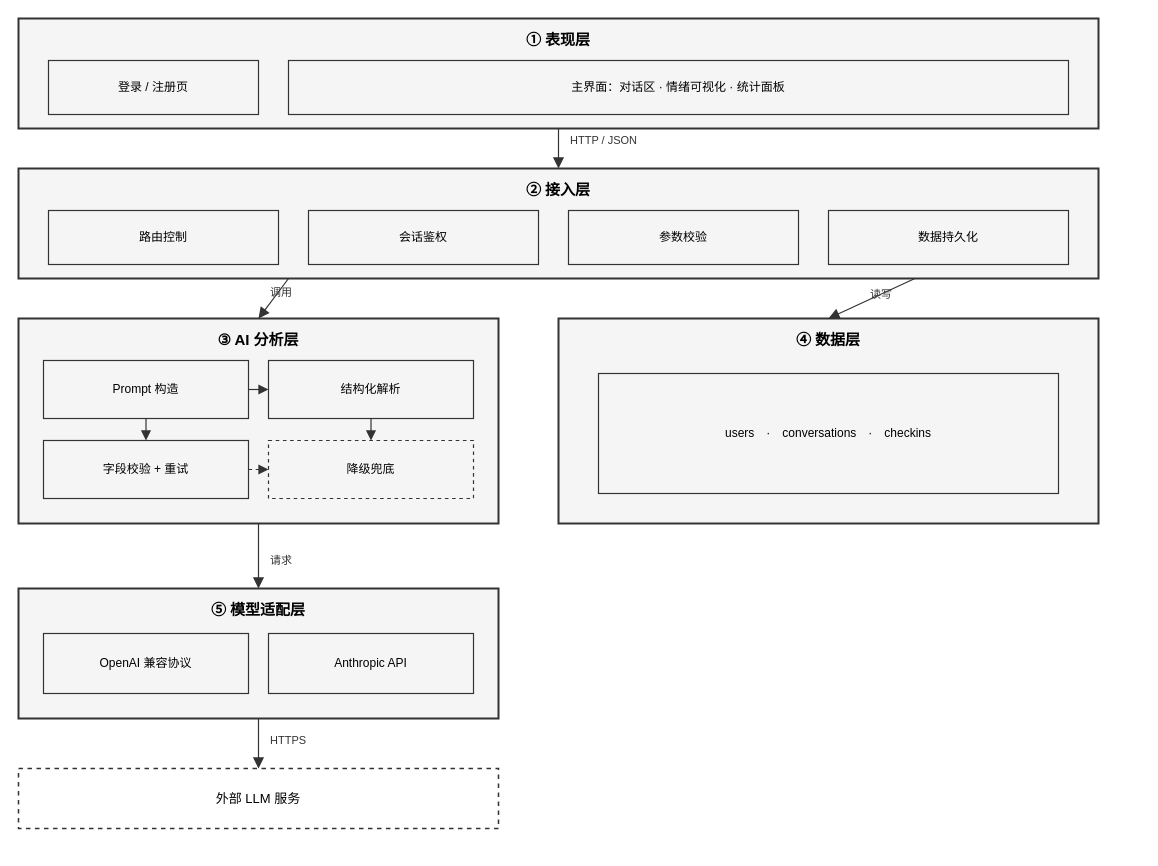
This is docs/系统架构图.drawio from Samjuice39/AI_Conversation, a draw.io file, before an edit. Source tidied: cells renumbered, new cells numbered last; positions are measured from the earlier drawing's top-left corner, leaving out a move shared by most shapes. Both pictures are drawn from the tidied source at 100%, with x=0, y=0 at pixel (18, 18).
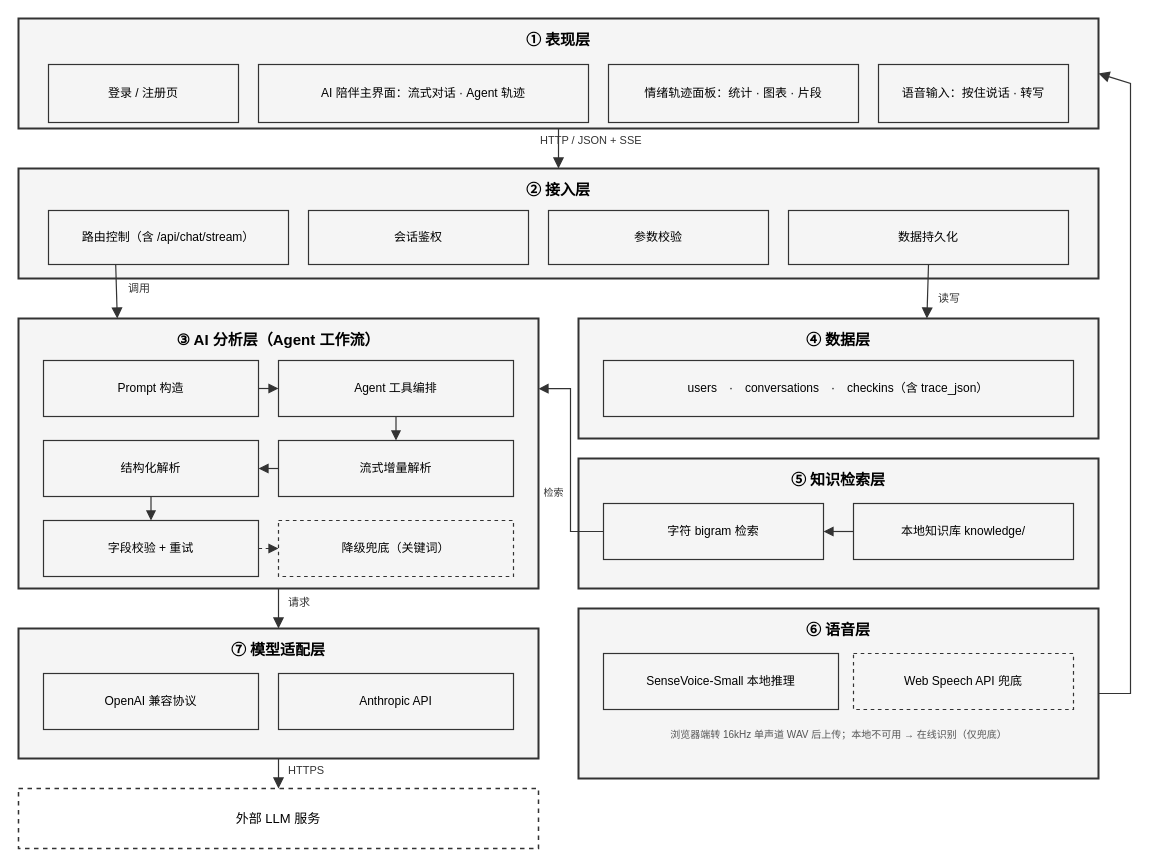
The same page after the edit.

Commit message (it also covers changes not shown here):
docs: 重绘系统架构图，补入流式、Agent、检索与语音链路

- 架构图改为七层：表现层、接入层、AI 分析层、数据层、知识检索层、语音层、模型适配层
- 补入 /api/chat/stream 与 SSE 事件流、Agent 工具编排与流式增量解析
- 数据层标注 checkins 表的 trace_json 字段
- 新增知识检索层（字符 bigram + 本地知识库）与语音层（SenseVoice 本地推理 / Web Speech 兜底）
- 表现层标注流式对话、Agent 轨迹面板、情绪轨迹横向切换与语音输入
- README 架构说明同步为七层，更新各层职责表

The change refers to these unchanged cells:
```xml
<mxCell id="2" value="① 表现层" style="rounded=0;whiteSpace=wrap;html=1;fillColor=#F5F5F5;strokeColor=#333333;strokeWidth=2;align=center;verticalAlign=top;spacingTop=6;fontSize=15;fontStyle=1;" parent="1" vertex="1">
  <mxGeometry width="1080" height="110" as="geometry" />
</mxCell>
<mxCell id="5" value="② 接入层" style="rounded=0;whiteSpace=wrap;html=1;fillColor=#F5F5F5;strokeColor=#333333;strokeWidth=2;align=center;verticalAlign=top;spacingTop=6;fontSize=15;fontStyle=1;" parent="1" vertex="1">
  <mxGeometry y="150" width="1080" height="110" as="geometry" />
</mxCell>
```

Change to the diagram source:
```diff
@@
     <mxCell id="3" value="登录 / 注册页" style="rounded=0;whiteSpace=wrap;html=1;fillColor=none;strokeColor=#333333;strokeWidth=1.2;align=center;verticalAlign=middle;fontSize=12;" parent="1" vertex="1">
-      <mxGeometry x="30" y="42" width="210" height="54" as="geometry" />
+      <mxGeometry x="30" y="46" width="190" height="58" as="geometry" />
     </mxCell>
-    <mxCell id="4" value="主界面：对话区 · 情绪可视化 · 统计面板" style="rounded=0;whiteSpace=wrap;html=1;fillColor=none;strokeColor=#333333;strokeWidth=1.2;align=center;verticalAlign=middle;fontSize=12;" parent="1" vertex="1">
-      <mxGeometry x="270" y="42" width="780" height="54" as="geometry" />
+    <mxCell id="4" value="AI 陪伴主界面：流式对话 · Agent 轨迹" style="rounded=0;whiteSpace=wrap;html=1;fillColor=none;strokeColor=#333333;strokeWidth=1.2;align=center;verticalAlign=middle;fontSize=12;" parent="1" vertex="1">
+      <mxGeometry x="240" y="46" width="330" height="58" as="geometry" />
     </mxCell>
+    <mxCell id="35" value="情绪轨迹面板：统计 · 图表 · 片段" style="rounded=0;whiteSpace=wrap;html=1;fillColor=none;strokeColor=#333333;strokeWidth=1.2;align=center;verticalAlign=middle;fontSize=12;" parent="1" vertex="1">
+      <mxGeometry x="590" y="46" width="250" height="58" as="geometry" />
+    </mxCell>
+    <mxCell id="36" value="语音输入：按住说话 · 转写" style="rounded=0;whiteSpace=wrap;html=1;fillColor=none;strokeColor=#333333;strokeWidth=1.2;align=center;verticalAlign=middle;fontSize=12;" parent="1" vertex="1">
+      <mxGeometry x="860" y="46" width="190" height="58" as="geometry" />
+    </mxCell>
@@
-    <mxCell id="6" value="路由控制" style="rounded=0;whiteSpace=wrap;html=1;fillColor=none;strokeColor=#333333;strokeWidth=1.2;align=center;verticalAlign=middle;fontSize=12;" parent="1" vertex="1">
-      <mxGeometry x="30" y="192" width="230" height="54" as="geometry" />
+    <mxCell id="6" value="路由控制（含 /api/chat/stream）" style="rounded=0;whiteSpace=wrap;html=1;fillColor=none;strokeColor=#333333;strokeWidth=1.2;align=center;verticalAlign=middle;fontSize=12;" parent="1" vertex="1">
+      <mxGeometry x="30" y="192" width="240" height="54" as="geometry" />
     </mxCell>
     <mxCell id="7" value="会话鉴权" style="rounded=0;whiteSpace=wrap;html=1;fillColor=none;strokeColor=#333333;strokeWidth=1.2;align=center;verticalAlign=middle;fontSize=12;" parent="1" vertex="1">
-      <mxGeometry x="290" y="192" width="230" height="54" as="geometry" />
+      <mxGeometry x="290" y="192" width="220" height="54" as="geometry" />
     </mxCell>
     <mxCell id="8" value="参数校验" style="rounded=0;whiteSpace=wrap;html=1;fillColor=none;strokeColor=#333333;strokeWidth=1.2;align=center;verticalAlign=middle;fontSize=12;" parent="1" vertex="1">
-      <mxGeometry x="550" y="192" width="230" height="54" as="geometry" />
+      <mxGeometry x="530" y="192" width="220" height="54" as="geometry" />
     </mxCell>
     <mxCell id="9" value="数据持久化" style="rounded=0;whiteSpace=wrap;html=1;fillColor=none;strokeColor=#333333;strokeWidth=1.2;align=center;verticalAlign=middle;fontSize=12;" parent="1" vertex="1">
-      <mxGeometry x="810" y="192" width="240" height="54" as="geometry" />
+      <mxGeometry x="770" y="192" width="280" height="54" as="geometry" />
     </mxCell>
-    <mxCell id="10" value="③ AI 分析层" style="rounded=0;whiteSpace=wrap;html=1;fillColor=#F5F5F5;strokeColor=#333333;strokeWidth=2;align=center;verticalAlign=top;spacingTop=6;fontSize=15;fontStyle=1;" parent="1" vertex="1">
-      <mxGeometry y="300" width="480" height="205" as="geometry" />
+    <mxCell id="10" value="③ AI 分析层（Agent 工作流）" style="rounded=0;whiteSpace=wrap;html=1;fillColor=#F5F5F5;strokeColor=#333333;strokeWidth=2;align=center;verticalAlign=top;spacingTop=6;fontSize=15;fontStyle=1;" parent="1" vertex="1">
+      <mxGeometry y="300" width="520" height="270" as="geometry" />
     </mxCell>
     <mxCell id="11" value="Prompt 构造" style="rounded=0;whiteSpace=wrap;html=1;fillColor=none;strokeColor=#333333;strokeWidth=1.2;align=center;verticalAlign=middle;fontSize=12;" parent="1" vertex="1">
-      <mxGeometry x="25" y="342" width="205" height="58" as="geometry" />
+      <mxGeometry x="25" y="342" width="215" height="56" as="geometry" />
     </mxCell>
-    <mxCell id="12" value="结构化解析" style="rounded=0;whiteSpace=wrap;html=1;fillColor=none;strokeColor=#333333;strokeWidth=1.2;align=center;verticalAlign=middle;fontSize=12;" parent="1" vertex="1">
-      <mxGeometry x="250" y="342" width="205" height="58" as="geometry" />
+    <mxCell id="12" value="Agent 工具编排" style="rounded=0;whiteSpace=wrap;html=1;fillColor=none;strokeColor=#333333;strokeWidth=1.2;align=center;verticalAlign=middle;fontSize=12;" parent="1" vertex="1">
+      <mxGeometry x="260" y="342" width="235" height="56" as="geometry" />
     </mxCell>
-    <mxCell id="13" value="字段校验 + 重试" style="rounded=0;whiteSpace=wrap;html=1;fillColor=none;strokeColor=#333333;strokeWidth=1.2;align=center;verticalAlign=middle;fontSize=12;" parent="1" vertex="1">
-      <mxGeometry x="25" y="422" width="205" height="58" as="geometry" />
+    <mxCell id="13" value="流式增量解析" style="rounded=0;whiteSpace=wrap;html=1;fillColor=none;strokeColor=#333333;strokeWidth=1.2;align=center;verticalAlign=middle;fontSize=12;" parent="1" vertex="1">
+      <mxGeometry x="260" y="422" width="235" height="56" as="geometry" />
     </mxCell>
-    <mxCell id="14" value="降级兜底" style="rounded=0;whiteSpace=wrap;html=1;fillColor=none;strokeColor=#333333;strokeWidth=1.2;dashed=1;align=center;verticalAlign=middle;fontSize=12;" parent="1" vertex="1">
-      <mxGeometry x="250" y="422" width="205" height="58" as="geometry" />
+    <mxCell id="14" value="结构化解析" style="rounded=0;whiteSpace=wrap;html=1;fillColor=none;strokeColor=#333333;strokeWidth=1.2;align=center;verticalAlign=middle;fontSize=12;" parent="1" vertex="1">
+      <mxGeometry x="25" y="422" width="215" height="56" as="geometry" />
     </mxCell>
-    <mxCell id="15" value="④ 数据层" style="rounded=0;whiteSpace=wrap;html=1;fillColor=#F5F5F5;strokeColor=#333333;strokeWidth=2;align=center;verticalAlign=top;spacingTop=6;fontSize=15;fontStyle=1;" parent="1" vertex="1">
-      <mxGeometry x="540" y="300" width="540" height="205" as="geometry" />
-    </mxCell>
-    <mxCell id="16" value="users　·　conversations　·　checkins" style="rounded=0;whiteSpace=wrap;html=1;fillColor=none;strokeColor=#333333;strokeWidth=1.2;align=center;verticalAlign=middle;fontSize=12;" parent="1" vertex="1">
-      <mxGeometry x="580" y="355" width="460" height="120" as="geometry" />
-    </mxCell>
+    <mxCell id="37" value="字段校验 + 重试" style="rounded=0;whiteSpace=wrap;html=1;fillColor=none;strokeColor=#333333;strokeWidth=1.2;align=center;verticalAlign=middle;fontSize=12;" parent="1" vertex="1">
+      <mxGeometry x="25" y="502" width="215" height="56" as="geometry" />
+    </mxCell>
+    <mxCell id="38" value="降级兜底（关键词）" style="rounded=0;whiteSpace=wrap;html=1;fillColor=none;strokeColor=#333333;strokeWidth=1.2;dashed=1;align=center;verticalAlign=middle;fontSize=12;" parent="1" vertex="1">
+      <mxGeometry x="260" y="502" width="235" height="56" as="geometry" />
+    </mxCell>
-    <mxCell id="17" value="⑤ 模型适配层" style="rounded=0;whiteSpace=wrap;html=1;fillColor=#F5F5F5;strokeColor=#333333;strokeWidth=2;align=center;verticalAlign=top;spacingTop=6;fontSize=15;fontStyle=1;" parent="1" vertex="1">
-      <mxGeometry y="570" width="480" height="130" as="geometry" />
+    <mxCell id="17" value="④ 数据层" style="rounded=0;whiteSpace=wrap;html=1;fillColor=#F5F5F5;strokeColor=#333333;strokeWidth=2;align=center;verticalAlign=top;spacingTop=6;fontSize=15;fontStyle=1;" parent="1" vertex="1">
+      <mxGeometry x="560" y="300" width="520" height="120" as="geometry" />
     </mxCell>
-    <mxCell id="18" value="OpenAI 兼容协议" style="rounded=0;whiteSpace=wrap;html=1;fillColor=none;strokeColor=#333333;strokeWidth=1.2;align=center;verticalAlign=middle;fontSize=12;" parent="1" vertex="1">
-      <mxGeometry x="25" y="615" width="205" height="60" as="geometry" />
+    <mxCell id="18" value="users　·　conversations　·　checkins（含 trace_json）" style="rounded=0;whiteSpace=wrap;html=1;fillColor=none;strokeColor=#333333;strokeWidth=1.2;align=center;verticalAlign=middle;fontSize=12;" parent="1" vertex="1">
+      <mxGeometry x="585" y="342" width="470" height="56" as="geometry" />
     </mxCell>
+    <mxCell id="39" value="⑤ 知识检索层" style="rounded=0;whiteSpace=wrap;html=1;fillColor=#F5F5F5;strokeColor=#333333;strokeWidth=2;align=center;verticalAlign=top;spacingTop=6;fontSize=15;fontStyle=1;" parent="1" vertex="1">
+      <mxGeometry x="560" y="440" width="520" height="130" as="geometry" />
+    </mxCell>
+    <mxCell id="40" value="字符 bigram 检索" style="rounded=0;whiteSpace=wrap;html=1;fillColor=none;strokeColor=#333333;strokeWidth=1.2;align=center;verticalAlign=middle;fontSize=12;" parent="1" vertex="1">
+      <mxGeometry x="585" y="485" width="220" height="56" as="geometry" />
+    </mxCell>
+    <mxCell id="41" value="本地知识库 knowledge/" style="rounded=0;whiteSpace=wrap;html=1;fillColor=none;strokeColor=#333333;strokeWidth=1.2;align=center;verticalAlign=middle;fontSize=12;" parent="1" vertex="1">
+      <mxGeometry x="835" y="485" width="220" height="56" as="geometry" />
+    </mxCell>
+    <mxCell id="20" value="⑥ 语音层" style="rounded=0;whiteSpace=wrap;html=1;fillColor=#F5F5F5;strokeColor=#333333;strokeWidth=2;align=center;verticalAlign=top;spacingTop=6;fontSize=15;fontStyle=1;" parent="1" vertex="1">
+      <mxGeometry x="560" y="590" width="520" height="170" as="geometry" />
+    </mxCell>
+    <mxCell id="42" value="SenseVoice-Small 本地推理" style="rounded=0;whiteSpace=wrap;html=1;fillColor=none;strokeColor=#333333;strokeWidth=1.2;align=center;verticalAlign=middle;fontSize=12;" parent="1" vertex="1">
+      <mxGeometry x="585" y="635" width="235" height="56" as="geometry" />
+    </mxCell>
+    <mxCell id="43" value="Web Speech API 兜底" style="rounded=0;whiteSpace=wrap;html=1;fillColor=none;strokeColor=#333333;strokeWidth=1.2;dashed=1;align=center;verticalAlign=middle;fontSize=12;" parent="1" vertex="1">
+      <mxGeometry x="835" y="635" width="220" height="56" as="geometry" />
+    </mxCell>
+    <mxCell id="44" value="浏览器端转 16kHz 单声道 WAV 后上传；本地不可用 → 在线识别（仅兜底）" style="text;html=1;align=center;verticalAlign=middle;fontSize=10;fontColor=#555555;" parent="1" vertex="1">
+      <mxGeometry x="585" y="708" width="470" height="16" as="geometry" />
+    </mxCell>
+    <mxCell id="45" value="⑦ 模型适配层" style="rounded=0;whiteSpace=wrap;html=1;fillColor=#F5F5F5;strokeColor=#333333;strokeWidth=2;align=center;verticalAlign=top;spacingTop=6;fontSize=15;fontStyle=1;" parent="1" vertex="1">
+      <mxGeometry y="610" width="520" height="130" as="geometry" />
+    </mxCell>
+    <mxCell id="46" value="OpenAI 兼容协议" style="rounded=0;whiteSpace=wrap;html=1;fillColor=none;strokeColor=#333333;strokeWidth=1.2;align=center;verticalAlign=middle;fontSize=12;" parent="1" vertex="1">
+      <mxGeometry x="25" y="655" width="215" height="56" as="geometry" />
+    </mxCell>
     <mxCell id="19" value="Anthropic API" style="rounded=0;whiteSpace=wrap;html=1;fillColor=none;strokeColor=#333333;strokeWidth=1.2;align=center;verticalAlign=middle;fontSize=12;" parent="1" vertex="1">
-      <mxGeometry x="250" y="615" width="205" height="60" as="geometry" />
+      <mxGeometry x="260" y="655" width="235" height="56" as="geometry" />
     </mxCell>
-    <mxCell id="20" value="外部 LLM 服务" style="rounded=0;whiteSpace=wrap;html=1;fillColor=none;strokeColor=#333333;strokeWidth=1.5;dashed=1;align=center;verticalAlign=middle;fontSize=13;" parent="1" vertex="1">
-      <mxGeometry y="750" width="480" height="60" as="geometry" />
-    </mxCell>
+    <mxCell id="47" value="外部 LLM 服务" style="rounded=0;whiteSpace=wrap;html=1;fillColor=none;strokeColor=#333333;strokeWidth=1.5;dashed=1;align=center;verticalAlign=middle;fontSize=13;" parent="1" vertex="1">
+      <mxGeometry y="770" width="520" height="60" as="geometry" />
+    </mxCell>
@@
-    <mxCell id="22" style="edgeStyle=none;rounded=0;html=1;exitX=0.25;exitY=1;exitDx=0;exitDy=0;entryX=0.5;entryY=0;entryDx=0;entryDy=0;strokeColor=#333333;strokeWidth=1.2;endArrow=block;endFill=1;endSize=8;" parent="1" edge="1" source="5" target="10">
+    <mxCell id="22" style="edgeStyle=none;rounded=0;html=1;exitX=0.28;exitY=1;exitDx=0;exitDy=0;entryX=0.19;entryY=0;entryDx=0;entryDy=0;strokeColor=#333333;strokeWidth=1.2;endArrow=block;endFill=1;endSize=8;" parent="1" edge="1" source="6" target="10">
       <mxGeometry relative="1" as="geometry" />
     </mxCell>
-    <mxCell id="23" style="edgeStyle=none;rounded=0;html=1;exitX=0.83;exitY=1;exitDx=0;exitDy=0;entryX=0.5;entryY=0;entryDx=0;entryDy=0;strokeColor=#333333;strokeWidth=1.2;endArrow=block;endFill=1;endSize=8;" parent="1" edge="1" source="5" target="15">
+    <mxCell id="23" style="edgeStyle=none;rounded=0;html=1;exitX=0.5;exitY=1;exitDx=0;exitDy=0;entryX=0.67;entryY=0;entryDx=0;entryDy=0;strokeColor=#333333;strokeWidth=1.2;endArrow=block;endFill=1;endSize=8;" parent="1" edge="1" source="9" target="17">
       <mxGeometry relative="1" as="geometry" />
     </mxCell>
-    <mxCell id="24" style="edgeStyle=none;rounded=0;html=1;exitX=0.5;exitY=1;exitDx=0;exitDy=0;entryX=0.5;entryY=0;entryDx=0;entryDy=0;strokeColor=#333333;strokeWidth=1.2;endArrow=block;endFill=1;endSize=8;" parent="1" edge="1" source="10" target="17">
+    <mxCell id="24" style="edgeStyle=none;rounded=0;html=1;exitX=0.5;exitY=1;exitDx=0;exitDy=0;entryX=0.5;entryY=0;entryDx=0;entryDy=0;strokeColor=#333333;strokeWidth=1.2;endArrow=block;endFill=1;endSize=8;" parent="1" edge="1" source="10" target="45">
       <mxGeometry relative="1" as="geometry" />
     </mxCell>
-    <mxCell id="25" style="edgeStyle=none;rounded=0;html=1;exitX=0.5;exitY=1;exitDx=0;exitDy=0;entryX=0.5;entryY=0;entryDx=0;entryDy=0;strokeColor=#333333;strokeWidth=1.2;endArrow=block;endFill=1;endSize=8;" parent="1" edge="1" source="17" target="20">
+    <mxCell id="25" style="edgeStyle=none;rounded=0;html=1;exitX=0.5;exitY=1;exitDx=0;exitDy=0;entryX=0.5;entryY=0;entryDx=0;entryDy=0;strokeColor=#333333;strokeWidth=1.2;endArrow=block;endFill=1;endSize=8;" parent="1" edge="1" source="45" target="47">
       <mxGeometry relative="1" as="geometry" />
     </mxCell>
@@
-    <mxCell id="27" style="edgeStyle=none;rounded=0;html=1;exitX=0.5;exitY=1;exitDx=0;exitDy=0;entryX=0.5;entryY=0;entryDx=0;entryDy=0;strokeColor=#333333;strokeWidth=1.2;endArrow=block;endFill=1;endSize=7;" parent="1" edge="1" source="12" target="14">
+    <mxCell id="27" style="edgeStyle=none;rounded=0;html=1;exitX=0.5;exitY=1;exitDx=0;exitDy=0;entryX=0.5;entryY=0;entryDx=0;entryDy=0;strokeColor=#333333;strokeWidth=1.2;endArrow=block;endFill=1;endSize=7;" parent="1" edge="1" source="12" target="13">
       <mxGeometry relative="1" as="geometry" />
     </mxCell>
-    <mxCell id="28" style="edgeStyle=none;rounded=0;html=1;exitX=1;exitY=0.5;exitDx=0;exitDy=0;entryX=0;entryY=0.5;entryDx=0;entryDy=0;strokeColor=#333333;strokeWidth=1.2;dashed=1;endArrow=block;endFill=1;endSize=7;" parent="1" edge="1" source="13" target="14">
+    <mxCell id="28" style="edgeStyle=none;rounded=0;html=1;exitX=0;exitY=0.5;exitDx=0;exitDy=0;entryX=1;entryY=0.5;entryDx=0;entryDy=0;strokeColor=#333333;strokeWidth=1.2;endArrow=block;endFill=1;endSize=7;" parent="1" edge="1" source="13" target="14">
       <mxGeometry relative="1" as="geometry" />
     </mxCell>
-    <mxCell id="29" style="edgeStyle=none;rounded=0;html=1;exitX=0.5;exitY=1;exitDx=0;exitDy=0;entryX=0.5;entryY=0;entryDx=0;entryDy=0;strokeColor=#333333;strokeWidth=1.2;endArrow=block;endFill=1;endSize=7;" parent="1" edge="1" source="11" target="13">
+    <mxCell id="29" style="edgeStyle=none;rounded=0;html=1;exitX=0.5;exitY=1;exitDx=0;exitDy=0;entryX=0.5;entryY=0;entryDx=0;entryDy=0;strokeColor=#333333;strokeWidth=1.2;endArrow=block;endFill=1;endSize=7;" parent="1" edge="1" source="14" target="37">
       <mxGeometry relative="1" as="geometry" />
     </mxCell>
+    <mxCell id="48" style="edgeStyle=none;rounded=0;html=1;exitX=1;exitY=0.5;exitDx=0;exitDy=0;entryX=0;entryY=0.5;entryDx=0;entryDy=0;strokeColor=#333333;strokeWidth=1.2;dashed=1;endArrow=block;endFill=1;endSize=7;" parent="1" edge="1" source="37" target="38">
+      <mxGeometry relative="1" as="geometry" />
+    </mxCell>
+    <mxCell id="49" style="edgeStyle=none;rounded=0;html=1;exitX=0;exitY=0.5;exitDx=0;exitDy=0;entryX=1;entryY=0.5;entryDx=0;entryDy=0;strokeColor=#333333;strokeWidth=1.2;endArrow=block;endFill=1;endSize=7;" parent="1" edge="1" source="41" target="40">
+      <mxGeometry relative="1" as="geometry" />
+    </mxCell>
+    <mxCell id="50" style="edgeStyle=none;rounded=0;html=1;exitX=0;exitY=0.5;exitDx=0;exitDy=0;entryX=1;entryY=0.26;entryDx=0;entryDy=0;strokeColor=#333333;strokeWidth=1.2;endArrow=block;endFill=1;endSize=7;" parent="1" edge="1" source="40" target="10">
+      <mxGeometry relative="1" as="geometry">
+        <Array as="points">
+          <mxPoint x="552" y="513" />
+          <mxPoint x="552" y="370" />
+        </Array>
+      </mxGeometry>
+    </mxCell>
+    <mxCell id="51" style="edgeStyle=none;rounded=0;html=1;exitX=1;exitY=0.5;exitDx=0;exitDy=0;entryX=1;entryY=0.5;entryDx=0;entryDy=0;strokeColor=#333333;strokeWidth=1.2;endArrow=block;endFill=1;endSize=8;" parent="1" edge="1" source="20" target="2">
+      <mxGeometry relative="1" as="geometry">
+        <Array as="points">
+          <mxPoint x="1112" y="675" />
+          <mxPoint x="1112" y="65" />
+        </Array>
+      </mxGeometry>
+    </mxCell>
-    <mxCell id="30" value="HTTP / JSON" style="text;html=1;align=left;verticalAlign=middle;fontSize=11;fontColor=#333333;" parent="1" vertex="1">
-      <mxGeometry x="550" y="112" width="110" height="20" as="geometry" />
+    <mxCell id="30" value="HTTP / JSON + SSE" style="text;html=1;align=left;verticalAlign=middle;fontSize=11;fontColor=#333333;" parent="1" vertex="1">
+      <mxGeometry x="520" y="112" width="150" height="20" as="geometry" />
     </mxCell>
     <mxCell id="31" value="调用" style="text;html=1;align=left;verticalAlign=middle;fontSize=11;fontColor=#333333;" parent="1" vertex="1">
-      <mxGeometry x="250" y="264" width="60" height="20" as="geometry" />
+      <mxGeometry x="108" y="260" width="50" height="20" as="geometry" />
     </mxCell>
     <mxCell id="32" value="读写" style="text;html=1;align=left;verticalAlign=middle;fontSize=11;fontColor=#333333;" parent="1" vertex="1">
-      <mxGeometry x="850" y="266" width="60" height="20" as="geometry" />
+      <mxGeometry x="918" y="270" width="50" height="20" as="geometry" />
     </mxCell>
     <mxCell id="33" value="请求" style="text;html=1;align=left;verticalAlign=middle;fontSize=11;fontColor=#333333;" parent="1" vertex="1">
-      <mxGeometry x="250" y="532" width="60" height="20" as="geometry" />
+      <mxGeometry x="268" y="574" width="50" height="20" as="geometry" />
     </mxCell>
     <mxCell id="34" value="HTTPS" style="text;html=1;align=left;verticalAlign=middle;fontSize=11;fontColor=#333333;" parent="1" vertex="1">
-      <mxGeometry x="250" y="712" width="70" height="20" as="geometry" />
+      <mxGeometry x="268" y="742" width="60" height="20" as="geometry" />
     </mxCell>
+    <mxCell id="52" value="检索" style="text;html=1;align=center;verticalAlign=middle;fontSize=10;fontColor=#333333;" parent="1" vertex="1">
+      <mxGeometry x="520" y="466" width="30" height="16" as="geometry" />
+    </mxCell>
```
